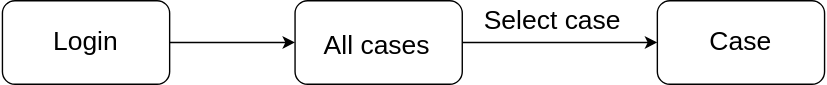
Earlier version of the draw.io export Platform_roles_diagrams/UserPlatformRole.drawio.svg (prusovak2/SwProjectDiagrams). Source tidied: cells renumbered, new cells last; positions are measured from the earlier drawing's top-left corner, leaving out a move shared by most shapes. Source of this version:
```xml
<mxGraphModel>
  <root>
    <mxCell id="0" />
    <mxCell id="1" parent="0" />
    <mxCell id="2" style="endArrow=classic;html=1;rounded=0;fontSize=19;exitX=1;exitY=0.5;exitDx=0;exitDy=0;" parent="1" edge="1" source="5">
      <mxGeometry relative="1" as="geometry">
        <mxPoint x="210" y="30" as="targetPoint" />
      </mxGeometry>
    </mxCell>
    <mxCell id="3" value="Case" style="rounded=1;whiteSpace=wrap;html=1;fontSize=19;" parent="1" vertex="1">
      <mxGeometry x="470" width="120" height="60" as="geometry" />
    </mxCell>
    <mxCell id="4" style="group;" parent="1" vertex="1">
      <mxGeometry width="120" height="60" as="geometry" />
    </mxCell>
    <mxCell id="5" style="rounded=1;whiteSpace=wrap;html=1;" parent="4" vertex="1">
      <mxGeometry width="120" height="60" as="geometry" />
    </mxCell>
    <mxCell id="6" value="&lt;font style=&quot;font-size: 19px&quot;&gt;Login&lt;/font&gt;" style="text;html=1;strokeColor=none;fillColor=none;align=center;verticalAlign=middle;whiteSpace=wrap;rounded=0;" parent="4" vertex="1">
      <mxGeometry x="10" width="100" height="60" as="geometry" />
    </mxCell>
    <mxCell id="7" style="group;" parent="1" vertex="1">
      <mxGeometry x="210" width="120" height="60" as="geometry" />
    </mxCell>
    <mxCell id="8" style="rounded=1;whiteSpace=wrap;html=1;" parent="7" vertex="1">
      <mxGeometry width="120" height="60" as="geometry" />
    </mxCell>
    <mxCell id="9" value="All cases" style="text;strokeColor=none;fillColor=none;align=left;verticalAlign=middle;spacingLeft=4;spacingRight=4;overflow=hidden;fontSize=19;" parent="7" vertex="1">
      <mxGeometry x="15" y="15" width="90" height="30" as="geometry" />
    </mxCell>
    <mxCell id="10" style="group;" parent="1" vertex="1">
      <mxGeometry x="330" width="120" height="30" as="geometry" />
    </mxCell>
    <mxCell id="11" style="edgeStyle=orthogonalEdgeStyle;rounded=0;jettySize=auto;html=1;fontSize=19;" parent="10" edge="1" target="3">
      <mxGeometry relative="1" as="geometry">
        <mxPoint y="30" as="sourcePoint" />
      </mxGeometry>
    </mxCell>
    <mxCell id="12" value="Select case" style="text;html=1;strokeColor=none;fillColor=none;align=center;verticalAlign=middle;whiteSpace=wrap;rounded=0;fontSize=19;" parent="10" vertex="1">
      <mxGeometry x="10" width="110" height="30" as="geometry" />
    </mxCell>
  </root>
</mxGraphModel>
```
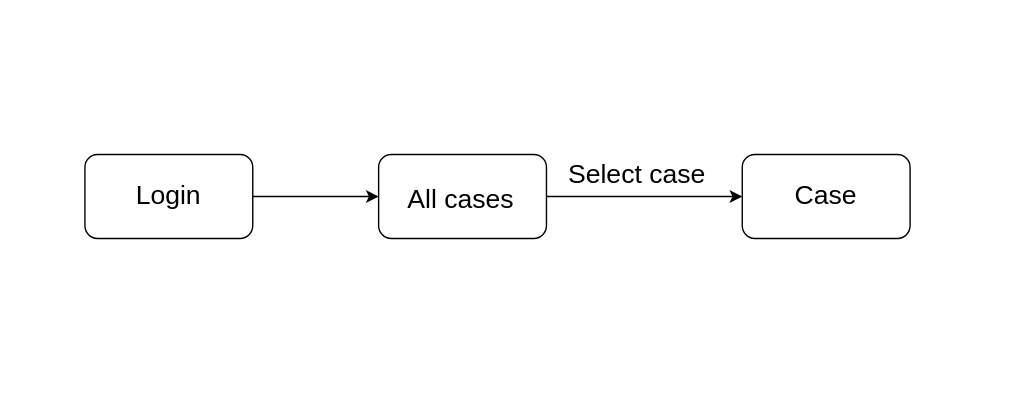
After the change.

Diff of the diagram source:
```diff
@@ -2,6 +2,9 @@
   <root>
     <mxCell id="0" />
     <mxCell id="1" parent="0" />
+    <mxCell id="13" style="rounded=0;whiteSpace=wrap;html=1;fontSize=19;strokeColor=#FFFFFF;" parent="1" vertex="1">
+      <mxGeometry x="-60" y="-110" width="720" height="280" as="geometry" />
+    </mxCell>
     <mxCell id="2" style="endArrow=classic;html=1;rounded=0;fontSize=19;exitX=1;exitY=0.5;exitDx=0;exitDy=0;" parent="1" edge="1" source="5">
       <mxGeometry relative="1" as="geometry">
         <mxPoint x="210" y="30" as="targetPoint" />
```
